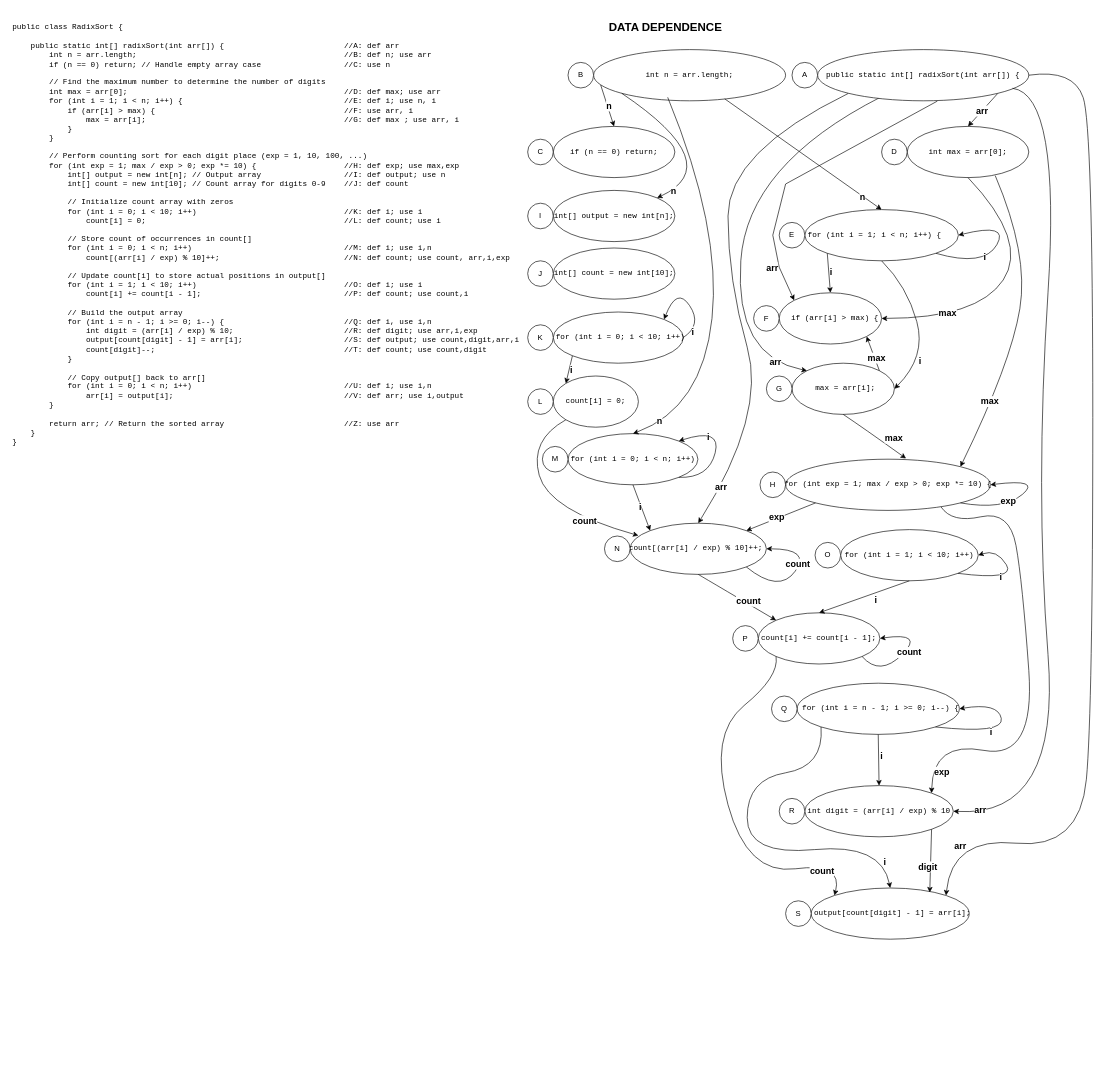
Before: W5.A3.drawio in Barbera9/mixed, a draw.io diagram. Source tidied: cells renumbered, new cells numbered last; positions are measured from the earlier drawing's top-left corner, leaving out a move shared by most shapes. Both pictures are drawn from the tidied source at 64%, with x=0, y=0 at pixel (11, 11).
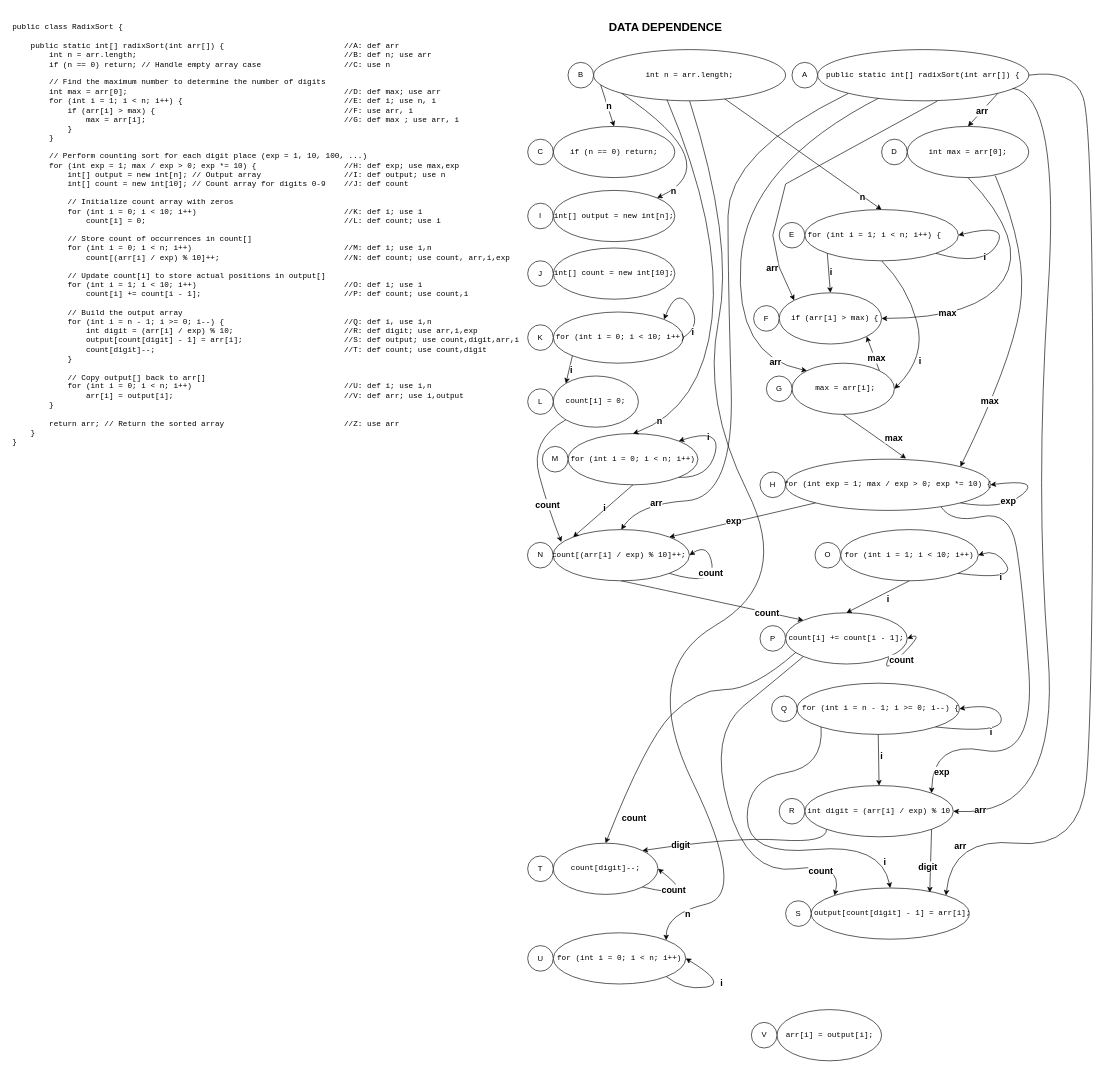
The same diagram, later.

The change refers to these unchanged cells:
```xml
<mxCell id="3" value="&lt;pre id=&quot;yui_3_18_1_1_1743842538325_100&quot;&gt;&lt;code class=&quot;language-java&quot;&gt;int n = arr.length;&lt;/code&gt;&lt;/pre&gt;" style="ellipse;whiteSpace=wrap;html=1;" parent="1" vertex="1">
  <mxGeometry x="910" y="60" width="300" height="80" as="geometry" />
</mxCell>
<mxCell id="56" value="&lt;pre id=&quot;yui_3_18_1_1_1743842538325_100&quot;&gt;&lt;code class=&quot;language-java&quot;&gt;for (int i = 0; i &amp;lt; n; i++)&lt;/code&gt;&lt;/pre&gt;" style="ellipse;whiteSpace=wrap;html=1;" parent="1" vertex="1">
  <mxGeometry x="870" y="660" width="203" height="80" as="geometry" />
</mxCell>
<mxCell id="70" value="&lt;pre id=&quot;yui_3_18_1_1_1743842538325_100&quot;&gt;&lt;code class=&quot;language-java&quot;&gt;public static int[] radixSort(int arr[]) {&lt;/code&gt;&lt;/pre&gt;" style="ellipse;whiteSpace=wrap;html=1;" parent="1" vertex="1">
  <mxGeometry x="1260" y="60" width="330" height="80" as="geometry" />
</mxCell>
<mxCell id="86" style="curved=1;endArrow=classic;html=1;rounded=0;exitX=0.5;exitY=1;exitDx=0;exitDy=0;entryX=0;entryY=0;entryDx=0;entryDy=0;" parent="1" edge="1" source="62" target="82">
  <mxGeometry relative="1" as="geometry" />
</mxCell>
<mxCell id="94" value="&lt;pre id=&quot;yui_3_18_1_1_1743842538325_100&quot;&gt;&lt;code class=&quot;language-java&quot;&gt;int digit = (arr[i] / exp) % 10&lt;/code&gt;&lt;/pre&gt;" style="ellipse;whiteSpace=wrap;html=1;" parent="1" vertex="1">
  <mxGeometry x="1240" y="1210" width="232.1" height="80" as="geometry" />
</mxCell>
```

The edit, as a diff of the source:
```diff
@@
-    <mxCell id="60" style="curved=1;endArrow=classic;html=1;rounded=0;exitX=0.386;exitY=0.932;exitDx=0;exitDy=0;exitPerimeter=0;entryX=0.5;entryY=0;entryDx=0;entryDy=0;" parent="1" edge="1" source="3" target="56">
+    <mxCell id="60" style="curved=1;endArrow=classic;html=1;rounded=0;entryX=0.5;entryY=0;entryDx=0;entryDy=0;exitX=0.382;exitY=0.976;exitDx=0;exitDy=0;exitPerimeter=0;" parent="1" edge="1" source="3" target="56">
       <mxGeometry relative="1" as="geometry">
         <Array as="points">
           <mxPoint x="1110" y="340" />
           <mxPoint x="1080" y="620" />
         </Array>
       </mxGeometry>
     </mxCell>
@@
     <mxCell id="62" value="&lt;pre id=&quot;yui_3_18_1_1_1743842538325_100&quot;&gt;&lt;code class=&quot;language-java&quot;&gt; count[(arr[i] / exp) % 10]++;&lt;span style=&quot;white-space: pre;&quot;&gt;&#9;&lt;/span&gt;&lt;/code&gt;&lt;/pre&gt;" style="ellipse;whiteSpace=wrap;html=1;" parent="1" vertex="1">
-      <mxGeometry x="967" y="800" width="213" height="80" as="geometry" />
+      <mxGeometry x="846.7" y="810" width="213" height="80" as="geometry" />
     </mxCell>
     <mxCell id="63" value="N" style="ellipse;whiteSpace=wrap;html=1;" parent="1" vertex="1">
-      <mxGeometry x="927" y="820" width="40" height="40" as="geometry" />
+      <mxGeometry x="806.7" y="830" width="40" height="40" as="geometry" />
     </mxCell>
@@
     <mxCell id="68" style="curved=1;endArrow=classic;html=1;rounded=0;exitX=0;exitY=1;exitDx=0;exitDy=0;entryX=0.5;entryY=0;entryDx=0;entryDy=0;" parent="1" edge="1" source="70" target="62">
       <mxGeometry relative="1" as="geometry">
         <Array as="points">
           <mxPoint x="1120" y="220" />
           <mxPoint x="1120" y="420" />
-          <mxPoint x="1180" y="630" />
+          <mxPoint x="1130" y="760" />
+          <mxPoint x="980" y="770" />
         </Array>
       </mxGeometry>
     </mxCell>
@@
     <mxCell id="72" style="curved=1;endArrow=classic;html=1;rounded=0;exitX=1;exitY=1;exitDx=0;exitDy=0;entryX=1;entryY=0.5;entryDx=0;entryDy=0;" parent="1" edge="1" source="62" target="62">
       <mxGeometry relative="1" as="geometry">
         <Array as="points">
-          <mxPoint x="1200" y="910" />
-          <mxPoint x="1250" y="840" />
+          <mxPoint x="1100" y="900" />
+          <mxPoint x="1090" y="830" />
         </Array>
       </mxGeometry>
     </mxCell>
@@
     <mxCell id="82" value="&lt;pre id=&quot;yui_3_18_1_1_1743842538325_100&quot;&gt;&lt;code class=&quot;language-java&quot;&gt;count[i] += count[i - 1];&lt;/code&gt;&lt;/pre&gt;" style="ellipse;whiteSpace=wrap;html=1;" parent="1" vertex="1">
-      <mxGeometry x="1167.3" y="940" width="190" height="80" as="geometry" />
+      <mxGeometry x="1210" y="940" width="190" height="80" as="geometry" />
     </mxCell>
     <mxCell id="83" value="P" style="ellipse;whiteSpace=wrap;html=1;" parent="1" vertex="1">
-      <mxGeometry x="1127.3" y="960" width="40" height="40" as="geometry" />
+      <mxGeometry x="1170" y="960" width="40" height="40" as="geometry" />
     </mxCell>
@@
     <mxCell id="87" value="&lt;b&gt;&lt;font style=&quot;font-size: 14px;&quot;&gt;count&lt;/font&gt;&lt;/b&gt;" style="edgeLabel;html=1;align=center;verticalAlign=middle;" parent="86" vertex="1">
       <mxGeometry x="0.25" y="5" relative="1" as="geometry">
-        <mxPoint y="1" as="offset" />
+        <mxPoint x="48" y="16" as="offset" />
       </mxGeometry>
     </mxCell>
@@
+    <mxCell id="112" value="&lt;pre id=&quot;yui_3_18_1_1_1743842538325_100&quot;&gt;&lt;code class=&quot;language-java&quot;&gt;count[digit]--;&lt;/code&gt;&lt;/pre&gt;" style="ellipse;whiteSpace=wrap;html=1;" parent="1" vertex="1">
+      <mxGeometry x="847" y="1300" width="163.5" height="80" as="geometry" />
+    </mxCell>
+    <mxCell id="113" value="T" style="ellipse;whiteSpace=wrap;html=1;" parent="1" vertex="1">
+      <mxGeometry x="807" y="1320" width="40" height="40" as="geometry" />
+    </mxCell>
+    <mxCell id="114" style="curved=1;endArrow=classic;html=1;rounded=0;exitX=0.085;exitY=0.771;exitDx=0;exitDy=0;exitPerimeter=0;entryX=0.5;entryY=0;entryDx=0;entryDy=0;" parent="1" edge="1" source="82" target="112">
+      <mxGeometry relative="1" as="geometry">
+        <Array as="points">
+          <mxPoint x="1160" y="1060" />
+          <mxPoint x="1070" y="1060" />
+          <mxPoint x="992" y="1140" />
+        </Array>
+      </mxGeometry>
+    </mxCell>
+    <mxCell id="115" value="&lt;b&gt;&lt;font style=&quot;font-size: 14px;&quot;&gt;count&lt;/font&gt;&lt;/b&gt;" style="edgeLabel;html=1;align=center;verticalAlign=middle;" parent="114" vertex="1">
+      <mxGeometry x="0.53" y="-1" relative="1" as="geometry">
+        <mxPoint x="5" y="62" as="offset" />
+      </mxGeometry>
+    </mxCell>
+    <mxCell id="116" style="curved=1;endArrow=classic;html=1;rounded=0;exitX=0;exitY=1;exitDx=0;exitDy=0;entryX=1;entryY=0;entryDx=0;entryDy=0;" parent="1" edge="1" source="94" target="112">
+      <mxGeometry relative="1" as="geometry">
+        <Array as="points">
+          <mxPoint x="1274" y="1300" />
+          <mxPoint x="1130" y="1290" />
+        </Array>
+      </mxGeometry>
+    </mxCell>
+    <mxCell id="117" value="&lt;b&gt;&lt;font style=&quot;font-size: 14px;&quot;&gt;digit&lt;/font&gt;&lt;/b&gt;" style="edgeLabel;html=1;align=center;verticalAlign=middle;" parent="116" vertex="1">
+      <mxGeometry x="0.61" relative="1" as="geometry" />
+    </mxCell>
+    <mxCell id="118" style="curved=1;endArrow=classic;html=1;rounded=0;exitX=1;exitY=1;exitDx=0;exitDy=0;entryX=1;entryY=0.5;entryDx=0;entryDy=0;" parent="1" edge="1" source="112" target="112">
+      <mxGeometry relative="1" as="geometry">
+        <Array as="points">
+          <mxPoint x="1077" y="1390" />
+        </Array>
+      </mxGeometry>
+    </mxCell>
+    <mxCell id="119" value="&lt;b&gt;&lt;font style=&quot;font-size: 14px;&quot;&gt;count&lt;/font&gt;&lt;/b&gt;" style="edgeLabel;html=1;align=center;verticalAlign=middle;" parent="118" vertex="1">
+      <mxGeometry x="-0.46" y="7" relative="1" as="geometry" />
+    </mxCell>
+    <mxCell id="120" value="&lt;pre id=&quot;yui_3_18_1_1_1743842538325_100&quot;&gt;&lt;code class=&quot;language-java&quot;&gt;for (int i = 0; i &amp;lt; n; i++)&lt;/code&gt;&lt;/pre&gt;" style="ellipse;whiteSpace=wrap;html=1;" parent="1" vertex="1">
+      <mxGeometry x="847" y="1440" width="207" height="80" as="geometry" />
+    </mxCell>
+    <mxCell id="121" value="U" style="ellipse;whiteSpace=wrap;html=1;" parent="1" vertex="1">
+      <mxGeometry x="807" y="1460" width="40" height="40" as="geometry" />
+    </mxCell>
+    <mxCell id="122" style="curved=1;endArrow=classic;html=1;rounded=0;exitX=0.5;exitY=1;exitDx=0;exitDy=0;entryX=1;entryY=0;entryDx=0;entryDy=0;" parent="1" edge="1" source="3" target="120">
+      <mxGeometry relative="1" as="geometry">
+        <Array as="points">
+          <mxPoint x="1130" y="360" />
+          <mxPoint x="1080" y="610" />
+          <mxPoint x="1220" y="890" />
+          <mxPoint x="980" y="1030" />
+          <mxPoint x="1150" y="1380" />
+          <mxPoint x="1023" y="1410" />
+        </Array>
+      </mxGeometry>
+    </mxCell>
+    <mxCell id="123" value="&lt;b&gt;&lt;font style=&quot;font-size: 14px;&quot;&gt;n&lt;/font&gt;&lt;/b&gt;" style="edgeLabel;html=1;align=center;verticalAlign=middle;" parent="122" vertex="1">
+      <mxGeometry x="0.91" y="8" relative="1" as="geometry" />
+    </mxCell>
+    <mxCell id="124" style="curved=1;endArrow=classic;html=1;rounded=0;exitX=1;exitY=1;exitDx=0;exitDy=0;entryX=1;entryY=0.5;entryDx=0;entryDy=0;" parent="1" edge="1" source="120" target="120">
+      <mxGeometry relative="1" as="geometry">
+        <Array as="points">
+          <mxPoint x="1050" y="1530" />
+          <mxPoint x="1120" y="1520" />
+        </Array>
+      </mxGeometry>
+    </mxCell>
+    <mxCell id="125" value="&lt;b&gt;&lt;font style=&quot;font-size: 14px;&quot;&gt;i&lt;/font&gt;&lt;/b&gt;" style="edgeLabel;html=1;align=center;verticalAlign=middle;" parent="124" vertex="1">
+      <mxGeometry x="-0.11" y="5" relative="1" as="geometry">
+        <mxPoint x="14" as="offset" />
+      </mxGeometry>
+    </mxCell>
+    <mxCell id="126" value="&lt;pre id=&quot;yui_3_18_1_1_1743842538325_100&quot;&gt;&lt;code class=&quot;language-java&quot;&gt;arr[i] = output[i];&lt;/code&gt;&lt;/pre&gt;" style="ellipse;whiteSpace=wrap;html=1;" parent="1" vertex="1">
+      <mxGeometry x="1196.5" y="1560" width="163.5" height="80" as="geometry" />
+    </mxCell>
+    <mxCell id="127" value="V" style="ellipse;whiteSpace=wrap;html=1;" parent="1" vertex="1">
+      <mxGeometry x="1156.5" y="1580" width="40" height="40" as="geometry" />
+    </mxCell>
```
